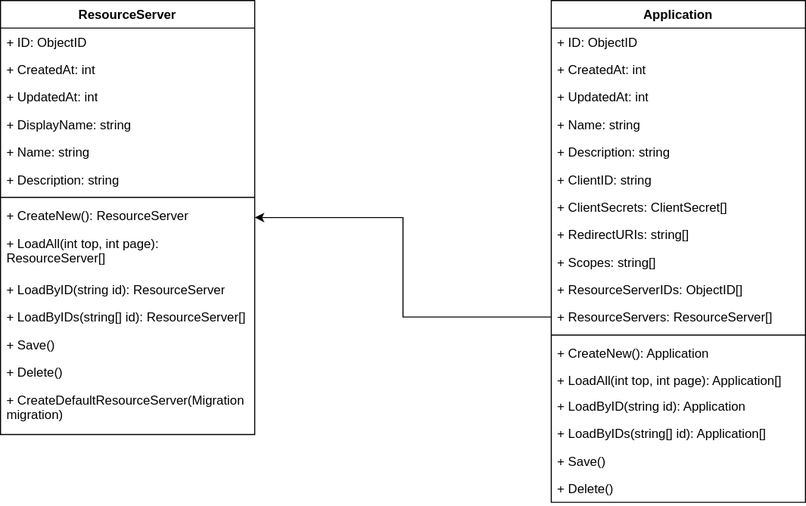
Before: diagrams/class-diagram.svg, a diagram exported from draw.io (keyloom/web-api). Source tidied: cells renumbered, new cells last; positions are measured from the earlier drawing's top-left corner, leaving out a move shared by most shapes.
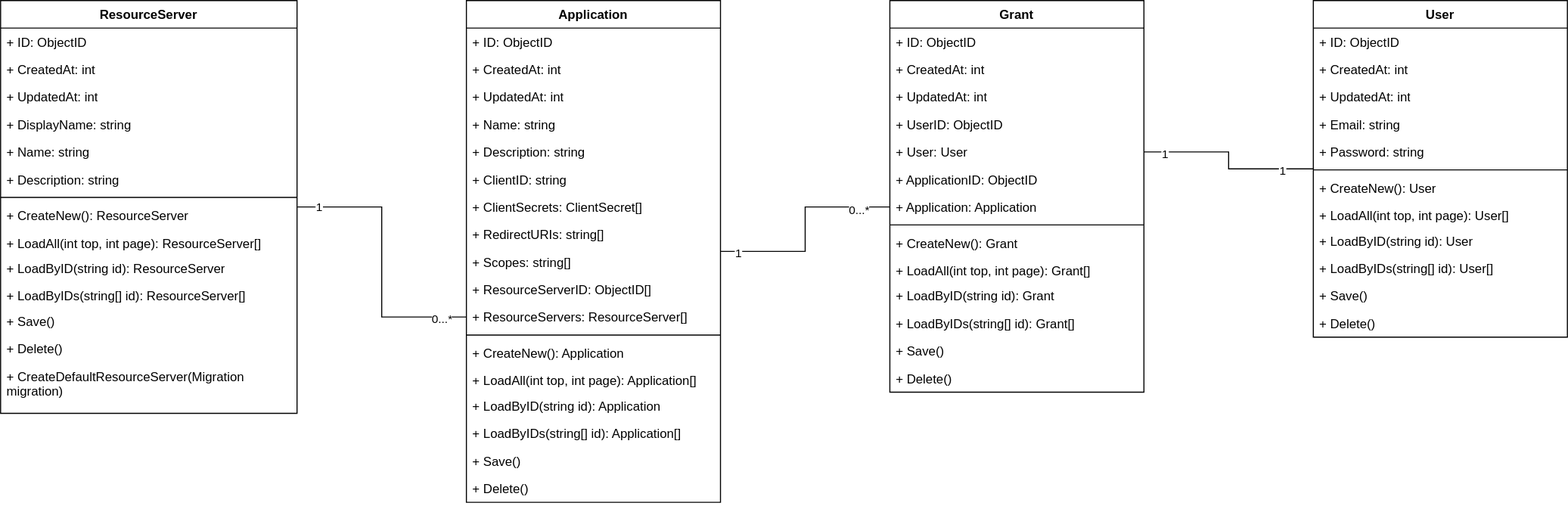
The same diagram one commit later.

What changed in the source:
```diff
@@ -3,49 +3,49 @@
     <mxCell id="0" />
     <mxCell id="1" parent="0" />
     <mxCell id="2" value="ResourceServer" style="swimlane;fontStyle=1;align=center;verticalAlign=top;horizontal=1;startSize=26;whiteSpace=wrap;html=1;" parent="1" vertex="1">
-      <mxGeometry width="240" height="410" as="geometry" />
+      <mxGeometry x="80" width="280" height="390" as="geometry" />
     </mxCell>
     <mxCell id="3" value="+ ID: ObjectID" style="text;strokeColor=none;fillColor=none;align=left;verticalAlign=top;spacingLeft=4;spacingRight=4;overflow=hidden;whiteSpace=wrap;html=1;" parent="2" vertex="1">
-      <mxGeometry y="26" width="240" height="26" as="geometry" />
+      <mxGeometry y="26" width="280" height="26" as="geometry" />
     </mxCell>
     <mxCell id="4" value="+ CreatedAt: int" style="text;strokeColor=none;fillColor=none;align=left;verticalAlign=top;spacingLeft=4;spacingRight=4;overflow=hidden;whiteSpace=wrap;html=1;" parent="2" vertex="1">
-      <mxGeometry y="52" width="240" height="26" as="geometry" />
+      <mxGeometry y="52" width="280" height="26" as="geometry" />
     </mxCell>
     <mxCell id="5" value="+ UpdatedAt: int" style="text;strokeColor=none;fillColor=none;align=left;verticalAlign=top;spacingLeft=4;spacingRight=4;overflow=hidden;whiteSpace=wrap;html=1;" parent="2" vertex="1">
-      <mxGeometry y="78" width="240" height="26" as="geometry" />
+      <mxGeometry y="78" width="280" height="26" as="geometry" />
     </mxCell>
     <mxCell id="6" value="+ DisplayName: string" style="text;strokeColor=none;fillColor=none;align=left;verticalAlign=top;spacingLeft=4;spacingRight=4;overflow=hidden;whiteSpace=wrap;html=1;" parent="2" vertex="1">
-      <mxGeometry y="104" width="240" height="26" as="geometry" />
+      <mxGeometry y="104" width="280" height="26" as="geometry" />
     </mxCell>
     <mxCell id="7" value="+ Name: string" style="text;strokeColor=none;fillColor=none;align=left;verticalAlign=top;spacingLeft=4;spacingRight=4;overflow=hidden;whiteSpace=wrap;html=1;" parent="2" vertex="1">
-      <mxGeometry y="130" width="240" height="26" as="geometry" />
+      <mxGeometry y="130" width="280" height="26" as="geometry" />
     </mxCell>
     <mxCell id="8" value="+ Description: string" style="text;strokeColor=none;fillColor=none;align=left;verticalAlign=top;spacingLeft=4;spacingRight=4;overflow=hidden;whiteSpace=wrap;html=1;" parent="2" vertex="1">
-      <mxGeometry y="156" width="240" height="26" as="geometry" />
+      <mxGeometry y="156" width="280" height="26" as="geometry" />
     </mxCell>
     <mxCell id="9" style="line;strokeWidth=1;fillColor=none;align=left;verticalAlign=middle;spacingTop=-1;spacingLeft=3;spacingRight=3;labelPosition=right;strokeColor=inherit;" parent="2" vertex="1">
-      <mxGeometry y="182" width="240" height="8" as="geometry" />
+      <mxGeometry y="182" width="280" height="8" as="geometry" />
     </mxCell>
     <mxCell id="10" value="+ CreateNew(): ResourceServer" style="text;strokeColor=none;fillColor=none;align=left;verticalAlign=top;spacingLeft=4;spacingRight=4;overflow=hidden;whiteSpace=wrap;html=1;" parent="2" vertex="1">
-      <mxGeometry y="190" width="240" height="26" as="geometry" />
+      <mxGeometry y="190" width="280" height="26" as="geometry" />
     </mxCell>
     <mxCell id="11" value="+ LoadAll(int top, int page): ResourceServer[]" style="text;strokeColor=none;fillColor=none;align=left;verticalAlign=top;spacingLeft=4;spacingRight=4;overflow=hidden;whiteSpace=wrap;html=1;" parent="2" vertex="1">
-      <mxGeometry y="216" width="240" height="44" as="geometry" />
+      <mxGeometry y="216" width="280" height="24" as="geometry" />
     </mxCell>
     <mxCell id="12" value="+ LoadByID(string id): ResourceServer" style="text;strokeColor=none;fillColor=none;align=left;verticalAlign=top;spacingLeft=4;spacingRight=4;overflow=hidden;whiteSpace=wrap;html=1;" parent="2" vertex="1">
-      <mxGeometry y="260" width="240" height="26" as="geometry" />
+      <mxGeometry y="240" width="280" height="26" as="geometry" />
     </mxCell>
     <mxCell id="13" value="+ LoadByIDs(string[] id): ResourceServer[]" style="text;strokeColor=none;fillColor=none;align=left;verticalAlign=top;spacingLeft=4;spacingRight=4;overflow=hidden;whiteSpace=wrap;html=1;" parent="2" vertex="1">
-      <mxGeometry y="286" width="240" height="26" as="geometry" />
+      <mxGeometry y="266" width="280" height="24" as="geometry" />
     </mxCell>
     <mxCell id="14" value="+ Save()" style="text;strokeColor=none;fillColor=none;align=left;verticalAlign=top;spacingLeft=4;spacingRight=4;overflow=hidden;whiteSpace=wrap;html=1;" parent="2" vertex="1">
-      <mxGeometry y="312" width="240" height="26" as="geometry" />
+      <mxGeometry y="290" width="280" height="26" as="geometry" />
     </mxCell>
     <mxCell id="15" value="+ Delete()" style="text;strokeColor=none;fillColor=none;align=left;verticalAlign=top;spacingLeft=4;spacingRight=4;overflow=hidden;whiteSpace=wrap;html=1;" parent="2" vertex="1">
-      <mxGeometry y="338" width="240" height="26" as="geometry" />
+      <mxGeometry y="316" width="280" height="26" as="geometry" />
     </mxCell>
     <mxCell id="16" value="+ CreateDefaultResourceServer(Migration migration)" style="text;strokeColor=none;fillColor=none;align=left;verticalAlign=top;spacingLeft=4;spacingRight=4;overflow=hidden;whiteSpace=wrap;html=1;" parent="2" vertex="1">
-      <mxGeometry y="364" width="240" height="46" as="geometry" />
+      <mxGeometry y="342" width="280" height="48" as="geometry" />
     </mxCell>
     <mxCell id="17" value="Application" style="swimlane;fontStyle=1;align=center;verticalAlign=top;horizontal=1;startSize=26;whiteSpace=wrap;html=1;" parent="1" vertex="1">
       <mxGeometry x="520" width="240" height="474" as="geometry" />
@@ -77,7 +77,7 @@
     <mxCell id="26" value="+ Scopes: string[]" style="text;strokeColor=none;fillColor=none;align=left;verticalAlign=top;spacingLeft=4;spacingRight=4;overflow=hidden;whiteSpace=wrap;html=1;" parent="17" vertex="1">
       <mxGeometry y="234" width="240" height="26" as="geometry" />
     </mxCell>
-    <mxCell id="27" value="+ ResourceServerIDs: ObjectID[]" style="text;strokeColor=none;fillColor=none;align=left;verticalAlign=top;spacingLeft=4;spacingRight=4;overflow=hidden;whiteSpace=wrap;html=1;" parent="17" vertex="1">
+    <mxCell id="27" value="+ ResourceServerID: ObjectID[]" style="text;strokeColor=none;fillColor=none;align=left;verticalAlign=top;spacingLeft=4;spacingRight=4;overflow=hidden;whiteSpace=wrap;html=1;" parent="17" vertex="1">
       <mxGeometry y="260" width="240" height="26" as="geometry" />
     </mxCell>
     <mxCell id="28" value="+ ResourceServers: ResourceServer[]" style="text;strokeColor=none;fillColor=none;align=left;verticalAlign=top;spacingLeft=4;spacingRight=4;overflow=hidden;points=[[0,0.5],[1,0.5]];portConstraint=eastwest;whiteSpace=wrap;html=1;" parent="17" vertex="1">
@@ -104,8 +104,122 @@
     <mxCell id="35" value="+ Delete()" style="text;strokeColor=none;fillColor=none;align=left;verticalAlign=top;spacingLeft=4;spacingRight=4;overflow=hidden;whiteSpace=wrap;html=1;" parent="17" vertex="1">
       <mxGeometry y="448" width="240" height="26" as="geometry" />
     </mxCell>
-    <mxCell id="36" style="edgeStyle=orthogonalEdgeStyle;rounded=0;jettySize=auto;html=1;" parent="1" edge="1" source="28" target="2">
+    <mxCell id="36" style="edgeStyle=orthogonalEdgeStyle;rounded=0;jettySize=auto;html=1;endArrow=none;endFill=0;" parent="1" edge="1" source="28" target="2">
       <mxGeometry relative="1" as="geometry" />
     </mxCell>
+    <mxCell id="37" value="1" style="edgeLabel;html=1;align=center;verticalAlign=middle;" parent="36" vertex="1">
+      <mxGeometry x="0.85" y="-1" relative="1" as="geometry" />
+    </mxCell>
+    <mxCell id="38" value="0...*" style="edgeLabel;html=1;align=center;verticalAlign=middle;" parent="36" vertex="1">
+      <mxGeometry x="-0.88" y="1" relative="1" as="geometry">
+        <mxPoint x="-8" as="offset" />
+      </mxGeometry>
+    </mxCell>
+    <mxCell id="39" value="User" style="swimlane;fontStyle=1;align=center;verticalAlign=top;horizontal=1;startSize=26;whiteSpace=wrap;html=1;" parent="1" vertex="1">
+      <mxGeometry x="1320" width="240" height="318" as="geometry" />
+    </mxCell>
+    <mxCell id="40" value="+ ID: ObjectID" style="text;strokeColor=none;fillColor=none;align=left;verticalAlign=top;spacingLeft=4;spacingRight=4;overflow=hidden;whiteSpace=wrap;html=1;" parent="39" vertex="1">
+      <mxGeometry y="26" width="240" height="26" as="geometry" />
+    </mxCell>
+    <mxCell id="41" value="+ CreatedAt: int" style="text;strokeColor=none;fillColor=none;align=left;verticalAlign=top;spacingLeft=4;spacingRight=4;overflow=hidden;whiteSpace=wrap;html=1;" parent="39" vertex="1">
+      <mxGeometry y="52" width="240" height="26" as="geometry" />
+    </mxCell>
+    <mxCell id="42" value="+ UpdatedAt: int" style="text;strokeColor=none;fillColor=none;align=left;verticalAlign=top;spacingLeft=4;spacingRight=4;overflow=hidden;whiteSpace=wrap;html=1;" parent="39" vertex="1">
+      <mxGeometry y="78" width="240" height="26" as="geometry" />
+    </mxCell>
+    <mxCell id="43" value="+ Email: string" style="text;strokeColor=none;fillColor=none;align=left;verticalAlign=top;spacingLeft=4;spacingRight=4;overflow=hidden;whiteSpace=wrap;html=1;" parent="39" vertex="1">
+      <mxGeometry y="104" width="240" height="26" as="geometry" />
+    </mxCell>
+    <mxCell id="44" value="+ Password: string" style="text;strokeColor=none;fillColor=none;align=left;verticalAlign=top;spacingLeft=4;spacingRight=4;overflow=hidden;whiteSpace=wrap;html=1;" parent="39" vertex="1">
+      <mxGeometry y="130" width="240" height="26" as="geometry" />
+    </mxCell>
+    <mxCell id="45" style="line;strokeWidth=1;fillColor=none;align=left;verticalAlign=middle;spacingTop=-1;spacingLeft=3;spacingRight=3;labelPosition=right;strokeColor=inherit;" parent="39" vertex="1">
+      <mxGeometry y="156" width="240" height="8" as="geometry" />
+    </mxCell>
+    <mxCell id="46" value="+ CreateNew(): User" style="text;strokeColor=none;fillColor=none;align=left;verticalAlign=top;spacingLeft=4;spacingRight=4;overflow=hidden;whiteSpace=wrap;html=1;" parent="39" vertex="1">
+      <mxGeometry y="164" width="240" height="26" as="geometry" />
+    </mxCell>
+    <mxCell id="47" value="+ LoadAll(int top, int page): User[]" style="text;strokeColor=none;fillColor=none;align=left;verticalAlign=top;spacingLeft=4;spacingRight=4;overflow=hidden;whiteSpace=wrap;html=1;" parent="39" vertex="1">
+      <mxGeometry y="190" width="240" height="24" as="geometry" />
+    </mxCell>
+    <mxCell id="48" value="+ LoadByID(string id): User" style="text;strokeColor=none;fillColor=none;align=left;verticalAlign=top;spacingLeft=4;spacingRight=4;overflow=hidden;whiteSpace=wrap;html=1;" parent="39" vertex="1">
+      <mxGeometry y="214" width="240" height="26" as="geometry" />
+    </mxCell>
+    <mxCell id="49" value="+ LoadByIDs(string[] id): User[]" style="text;strokeColor=none;fillColor=none;align=left;verticalAlign=top;spacingLeft=4;spacingRight=4;overflow=hidden;whiteSpace=wrap;html=1;" parent="39" vertex="1">
+      <mxGeometry y="240" width="240" height="26" as="geometry" />
+    </mxCell>
+    <mxCell id="50" value="+ Save()" style="text;strokeColor=none;fillColor=none;align=left;verticalAlign=top;spacingLeft=4;spacingRight=4;overflow=hidden;whiteSpace=wrap;html=1;" parent="39" vertex="1">
+      <mxGeometry y="266" width="240" height="26" as="geometry" />
+    </mxCell>
+    <mxCell id="51" value="+ Delete()" style="text;strokeColor=none;fillColor=none;align=left;verticalAlign=top;spacingLeft=4;spacingRight=4;overflow=hidden;whiteSpace=wrap;html=1;" parent="39" vertex="1">
+      <mxGeometry y="292" width="240" height="26" as="geometry" />
+    </mxCell>
+    <mxCell id="52" value="Grant" style="swimlane;fontStyle=1;align=center;verticalAlign=top;horizontal=1;startSize=26;whiteSpace=wrap;html=1;" parent="1" vertex="1">
+      <mxGeometry x="920" width="240" height="370" as="geometry" />
+    </mxCell>
+    <mxCell id="53" value="+ ID: ObjectID" style="text;strokeColor=none;fillColor=none;align=left;verticalAlign=top;spacingLeft=4;spacingRight=4;overflow=hidden;whiteSpace=wrap;html=1;" parent="52" vertex="1">
+      <mxGeometry y="26" width="240" height="26" as="geometry" />
+    </mxCell>
+    <mxCell id="54" value="+ CreatedAt: int" style="text;strokeColor=none;fillColor=none;align=left;verticalAlign=top;spacingLeft=4;spacingRight=4;overflow=hidden;whiteSpace=wrap;html=1;" parent="52" vertex="1">
+      <mxGeometry y="52" width="240" height="26" as="geometry" />
+    </mxCell>
+    <mxCell id="55" value="+ UpdatedAt: int" style="text;strokeColor=none;fillColor=none;align=left;verticalAlign=top;spacingLeft=4;spacingRight=4;overflow=hidden;whiteSpace=wrap;html=1;" parent="52" vertex="1">
+      <mxGeometry y="78" width="240" height="26" as="geometry" />
+    </mxCell>
+    <mxCell id="56" value="+ UserID: ObjectID" style="text;strokeColor=none;fillColor=none;align=left;verticalAlign=top;spacingLeft=4;spacingRight=4;overflow=hidden;whiteSpace=wrap;html=1;" parent="52" vertex="1">
+      <mxGeometry y="104" width="240" height="26" as="geometry" />
+    </mxCell>
+    <mxCell id="57" value="+ User: User" style="text;strokeColor=none;fillColor=none;align=left;verticalAlign=top;spacingLeft=4;spacingRight=4;overflow=hidden;points=[[0,0.5],[1,0.5]];portConstraint=eastwest;whiteSpace=wrap;html=1;" parent="52" vertex="1">
+      <mxGeometry y="130" width="240" height="26" as="geometry" />
+    </mxCell>
+    <mxCell id="58" value="+ ApplicationID: ObjectID" style="text;strokeColor=none;fillColor=none;align=left;verticalAlign=top;spacingLeft=4;spacingRight=4;overflow=hidden;whiteSpace=wrap;html=1;" parent="52" vertex="1">
+      <mxGeometry y="156" width="240" height="26" as="geometry" />
+    </mxCell>
+    <mxCell id="59" value="+ Application: Application" style="text;strokeColor=none;fillColor=none;align=left;verticalAlign=top;spacingLeft=4;spacingRight=4;overflow=hidden;points=[[0,0.5],[1,0.5]];portConstraint=eastwest;whiteSpace=wrap;html=1;" parent="52" vertex="1">
+      <mxGeometry y="182" width="240" height="26" as="geometry" />
+    </mxCell>
+    <mxCell id="60" style="line;strokeWidth=1;fillColor=none;align=left;verticalAlign=middle;spacingTop=-1;spacingLeft=3;spacingRight=3;labelPosition=right;strokeColor=inherit;" parent="52" vertex="1">
+      <mxGeometry y="208" width="240" height="8" as="geometry" />
+    </mxCell>
+    <mxCell id="61" value="+ CreateNew(): Grant" style="text;strokeColor=none;fillColor=none;align=left;verticalAlign=top;spacingLeft=4;spacingRight=4;overflow=hidden;whiteSpace=wrap;html=1;" parent="52" vertex="1">
+      <mxGeometry y="216" width="240" height="26" as="geometry" />
+    </mxCell>
+    <mxCell id="62" value="+ LoadAll(int top, int page): Grant[]" style="text;strokeColor=none;fillColor=none;align=left;verticalAlign=top;spacingLeft=4;spacingRight=4;overflow=hidden;whiteSpace=wrap;html=1;" parent="52" vertex="1">
+      <mxGeometry y="242" width="240" height="24" as="geometry" />
+    </mxCell>
+    <mxCell id="63" value="+ LoadByID(string id): Grant" style="text;strokeColor=none;fillColor=none;align=left;verticalAlign=top;spacingLeft=4;spacingRight=4;overflow=hidden;whiteSpace=wrap;html=1;" parent="52" vertex="1">
+      <mxGeometry y="266" width="240" height="26" as="geometry" />
+    </mxCell>
+    <mxCell id="64" value="+ LoadByIDs(string[] id): Grant[]" style="text;strokeColor=none;fillColor=none;align=left;verticalAlign=top;spacingLeft=4;spacingRight=4;overflow=hidden;whiteSpace=wrap;html=1;" parent="52" vertex="1">
+      <mxGeometry y="292" width="240" height="26" as="geometry" />
+    </mxCell>
+    <mxCell id="65" value="+ Save()" style="text;strokeColor=none;fillColor=none;align=left;verticalAlign=top;spacingLeft=4;spacingRight=4;overflow=hidden;whiteSpace=wrap;html=1;" parent="52" vertex="1">
+      <mxGeometry y="318" width="240" height="26" as="geometry" />
+    </mxCell>
+    <mxCell id="66" value="+ Delete()" style="text;strokeColor=none;fillColor=none;align=left;verticalAlign=top;spacingLeft=4;spacingRight=4;overflow=hidden;whiteSpace=wrap;html=1;" parent="52" vertex="1">
+      <mxGeometry y="344" width="240" height="26" as="geometry" />
+    </mxCell>
+    <mxCell id="67" style="edgeStyle=orthogonalEdgeStyle;rounded=0;jettySize=auto;html=1;endArrow=none;endFill=0;startArrow=none;startFill=0;" parent="1" edge="1" source="59" target="17">
+      <mxGeometry relative="1" as="geometry" />
+    </mxCell>
+    <mxCell id="68" value="1" style="edgeLabel;html=1;align=center;verticalAlign=middle;" parent="67" vertex="1">
+      <mxGeometry x="0.84" y="1" relative="1" as="geometry" />
+    </mxCell>
+    <mxCell id="69" value="0...*" style="edgeLabel;html=1;align=center;verticalAlign=middle;" parent="67" vertex="1">
+      <mxGeometry x="-0.85" y="2" relative="1" as="geometry">
+        <mxPoint x="-15" as="offset" />
+      </mxGeometry>
+    </mxCell>
+    <mxCell id="70" style="edgeStyle=orthogonalEdgeStyle;rounded=0;jettySize=auto;html=1;endArrow=none;endFill=0;" parent="1" edge="1" source="57" target="39">
+      <mxGeometry relative="1" as="geometry" />
+    </mxCell>
+    <mxCell id="71" value="1" style="edgeLabel;html=1;align=center;verticalAlign=middle;" parent="70" vertex="1">
+      <mxGeometry x="-0.78" y="-1" relative="1" as="geometry" />
+    </mxCell>
+    <mxCell id="72" value="1" style="edgeLabel;html=1;align=center;verticalAlign=middle;" parent="70" vertex="1">
+      <mxGeometry x="0.78" y="-1" relative="1" as="geometry">
+        <mxPoint x="-11" as="offset" />
+      </mxGeometry>
+    </mxCell>
   </root>
 </mxGraphModel>
```
